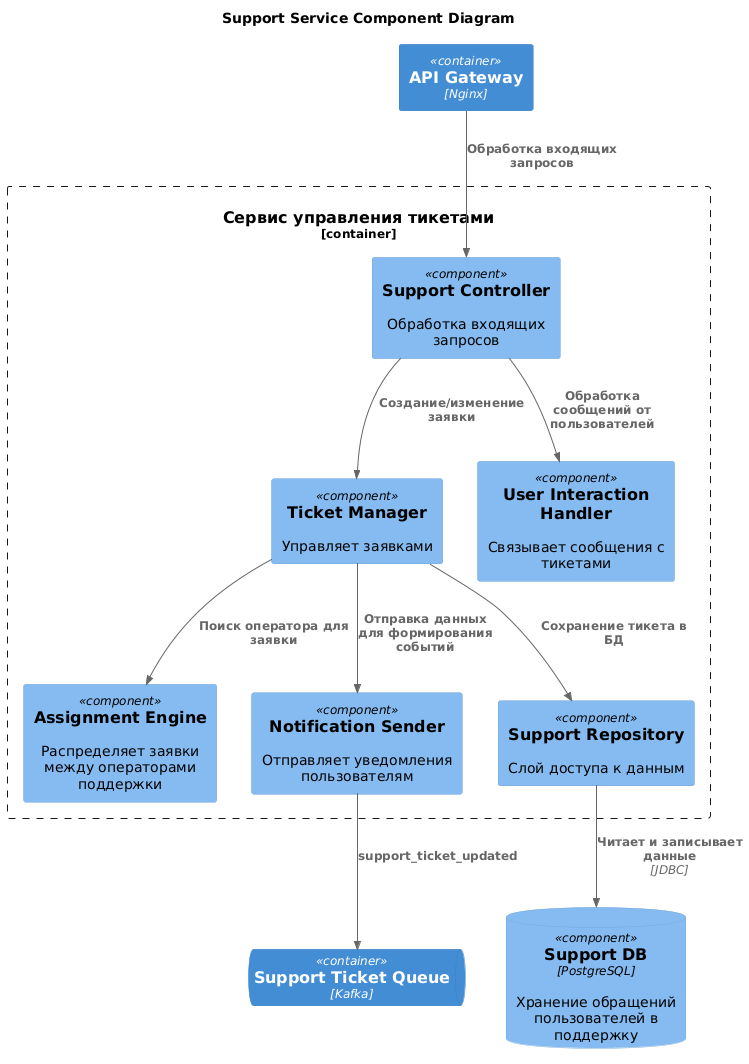
Before: docs/diagrams/component/support-service.png, a diagram exported from PlantUML (ZhurkinAngular/Warmhouse). Its diagram source:
```plantuml
@startuml
title Support Service Component Diagram

!include https://raw.githubusercontent.com/plantuml-stdlib/C4-PlantUML/master/C4_Component.puml

Container(APIGateway, "API Gateway", "Nginx")

ComponentDb(SupportDB, "Support DB", "PostgreSQL", "Хранение обращений пользователей в поддержку")

ContainerQueue(SupportTicketQueue, "Support Ticket Queue", "Kafka")

Container_Boundary(SupportService, "Сервис управления тикетами") {
    Component(SupportController, "Support Controller", "", "Обработка входящих запросов")
    Component(TicketManager, "Ticket Manager", "", "Управляет заявками")
    Component(UserInteractionHandler, "User Interaction Handler", "", "Связывает сообщения с тикетами")
    Component(AssignmentEngine, "Assignment Engine", "", "Распределяет заявки между операторами поддержки")
    Component(NotificationSender, "Notification Sender", "", "Отправляет уведомления пользователям")
    Component(SupportRepository, "Support Repository", "", "Слой доступа к данным")
}

Rel(SupportRepository, SupportDB, "Читает и записывает данные", "JDBC")

Rel(APIGateway, SupportController, "Обработка входящих запросов")

Rel(SupportController, TicketManager, "Создание/изменение заявки")
Rel(SupportController, UserInteractionHandler, "Обработка сообщений от пользователей")

Rel(TicketManager, AssignmentEngine, "Поиск оператора для заявки")
Rel(TicketManager, SupportRepository, "Сохранение тикета в БД")
Rel(TicketManager, NotificationSender, "Отправка данных для формирования событий")

Rel(NotificationSender, SupportTicketQueue, "support_ticket_updated")
@enduml
```
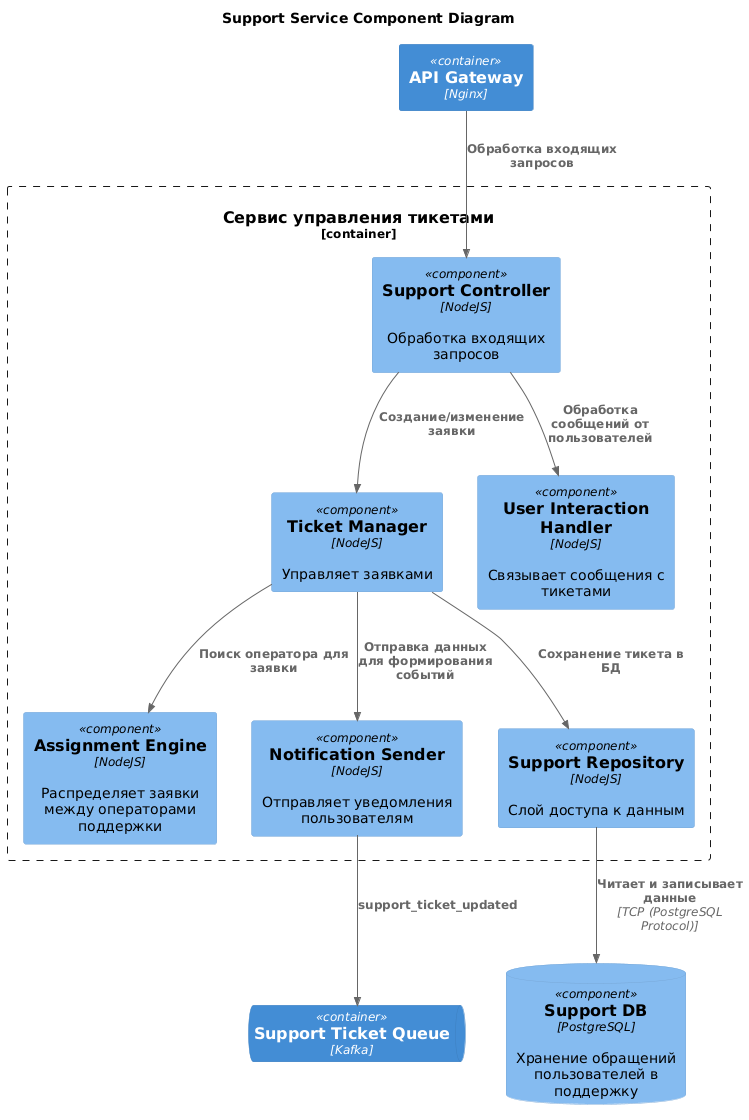
Above is the later version.

Diff of the diagram source:
```diff
@@ -10,15 +10,15 @@
 ContainerQueue(SupportTicketQueue, "Support Ticket Queue", "Kafka")
 
 Container_Boundary(SupportService, "Сервис управления тикетами") {
-    Component(SupportController, "Support Controller", "", "Обработка входящих запросов")
-    Component(TicketManager, "Ticket Manager", "", "Управляет заявками")
-    Component(UserInteractionHandler, "User Interaction Handler", "", "Связывает сообщения с тикетами")
-    Component(AssignmentEngine, "Assignment Engine", "", "Распределяет заявки между операторами поддержки")
-    Component(NotificationSender, "Notification Sender", "", "Отправляет уведомления пользователям")
-    Component(SupportRepository, "Support Repository", "", "Слой доступа к данным")
+    Component(SupportController, "Support Controller", "NodeJS", "Обработка входящих запросов")
+    Component(TicketManager, "Ticket Manager", "NodeJS", "Управляет заявками")
+    Component(UserInteractionHandler, "User Interaction Handler", "NodeJS", "Связывает сообщения с тикетами")
+    Component(AssignmentEngine, "Assignment Engine", "NodeJS", "Распределяет заявки между операторами поддержки")
+    Component(NotificationSender, "Notification Sender", "NodeJS", "Отправляет уведомления пользователям")
+    Component(SupportRepository, "Support Repository", "NodeJS", "Слой доступа к данным")
 }
 
-Rel(SupportRepository, SupportDB, "Читает и записывает данные", "JDBC")
+Rel(SupportRepository, SupportDB, "Читает и записывает данные", "TCP (PostgreSQL Protocol)")
 
 Rel(APIGateway, SupportController, "Обработка входящих запросов")
 
```
